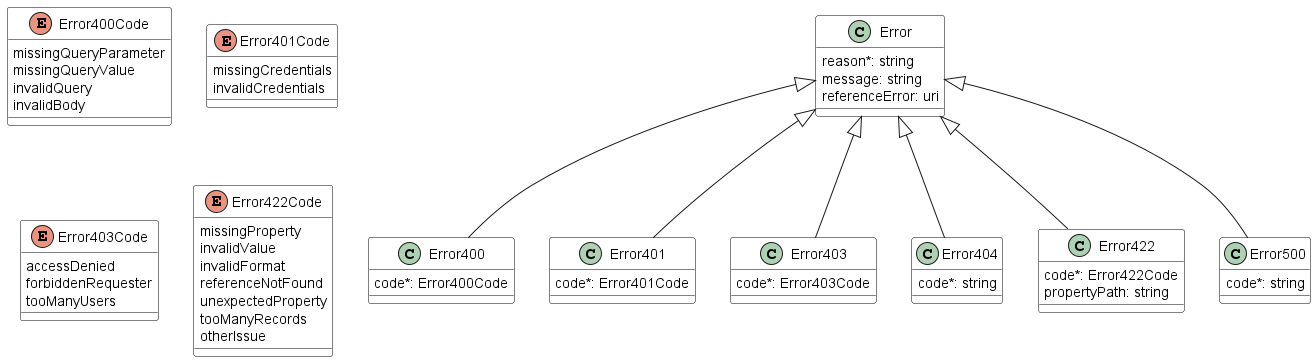
MEF-GIT/MEF-LSO-Sonata-SDK keeps this PlantUML diagram as documentation/productApi/availabilityAndPricingDiscovery/media/errorModel.png. Above is the earlier version. Its diagram source:
```plantuml
@startuml
skinparam {
    ClassBackgroundColor White
    ClassBorderColor Black
}

class Error {

    reason*: string
    message: string
    referenceError: uri
}



class Error400 {

    code*: Error400Code
}
Error <|-- Error400



enum Error400Code {

    missingQueryParameter
    missingQueryValue
    invalidQuery
    invalidBody
}
class Error401 {

    code*: Error401Code
}
Error <|-- Error401



enum Error401Code {

    missingCredentials
    invalidCredentials
}
class Error403 {

    code*: Error403Code
}
Error <|-- Error403



enum Error403Code {

    accessDenied
    forbiddenRequester
    tooManyUsers
}
class Error404 {

    code*: string
}
Error <|-- Error404



class Error422 {

    code*: Error422Code
    propertyPath: string
}
Error <|-- Error422



enum Error422Code {

    missingProperty
    invalidValue
    invalidFormat
    referenceNotFound
    unexpectedProperty
    tooManyRecords
    otherIssue
}
class Error500 {

    code*: string
}
Error <|-- Error500



@enduml
```
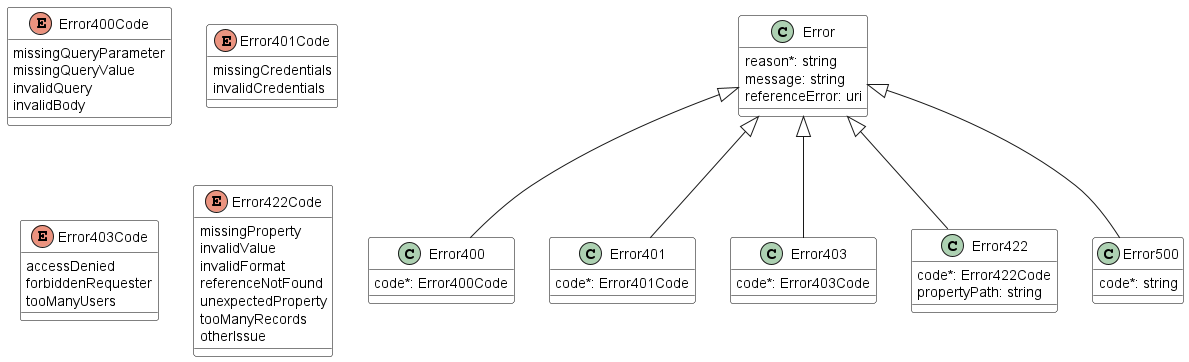
The same diagram one commit later.

Change to the diagram source:
```diff
@@ -55,14 +55,6 @@
     forbiddenRequester
     tooManyUsers
 }
-class Error404 {
-
-    code*: string
-}
-Error <|-- Error404
-
-
-
 class Error422 {
 
     code*: Error422Code
@@ -88,6 +80,4 @@
 }
 Error <|-- Error500
 
-
-
 @enduml
```
